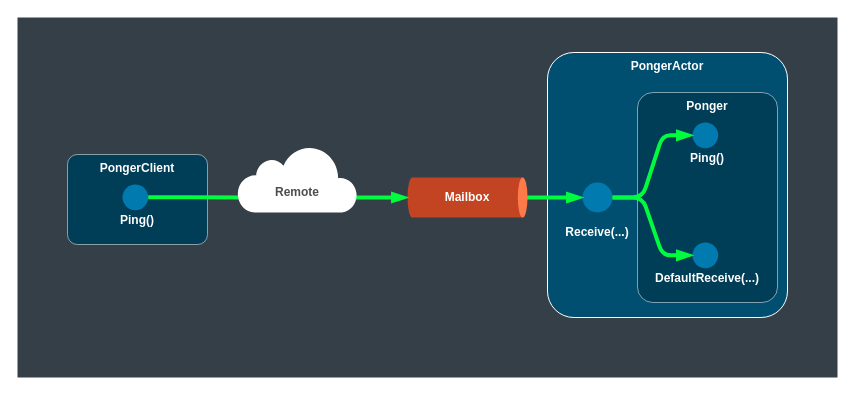
asynkron/protoactor-website keeps this draw.io diagram as page "PongerClient" (4 of 7) of hugo/content/docs/cluster/intro/clusterintro.drawio. Above is the earlier version. Source tidied: cells renumbered, new cells numbered last; positions are measured from the earlier drawing's top-left corner, leaving out a move shared by most shapes. Both pictures are drawn from the tidied source at 100%, with x=0, y=0 at pixel (17, 17).
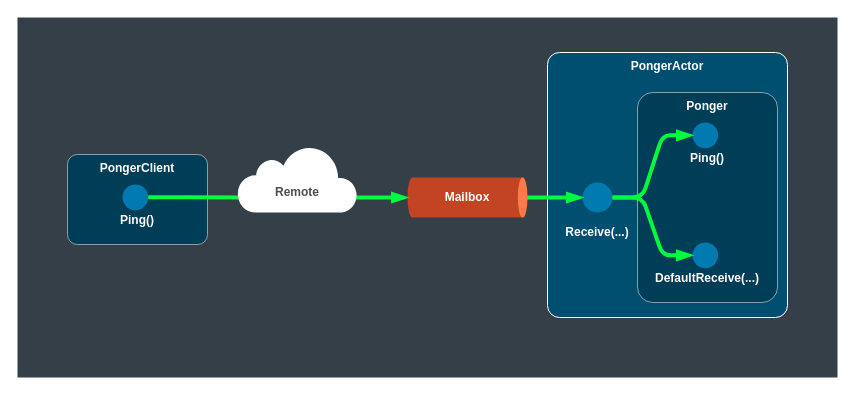
After the change.

What changed in the source:
```diff
@@
-    <mxCell id="3" value="PongerActor" style="rounded=1;whiteSpace=wrap;html=1;shadow=0;glass=0;strokeWidth=1;fontSize=12;arcSize=11;verticalAlign=top;fontColor=#FFFFFF;fontStyle=1;fillColor=#004F70;strokeColor=#FFFFFF;" parent="1" vertex="1">
+    <mxCell id="3" value="PongerActor" style="rounded=1;whiteSpace=wrap;html=1;shadow=0;glass=0;strokeWidth=1;fontSize=12;arcSize=5;verticalAlign=top;fontColor=#FFFFFF;fontStyle=1;fillColor=#004F70;strokeColor=#FFFFFF;" parent="1" vertex="1">
       <mxGeometry x="530" y="35" width="240" height="265" as="geometry" />
     </mxCell>
```
